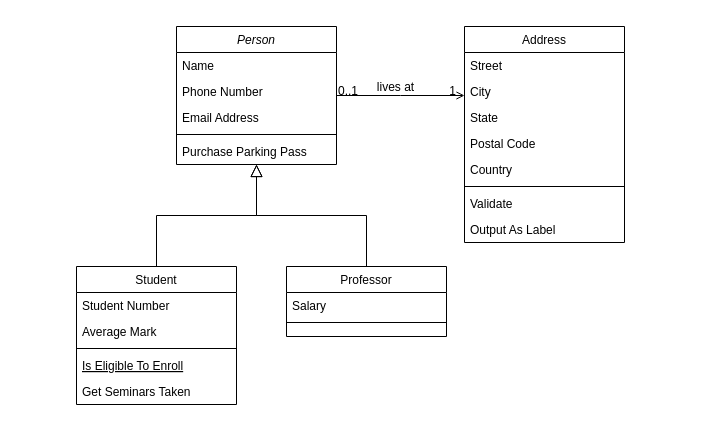
This is assets/libs/quick-market-class-diagram.drawio from messiasGeovani/quick-market-docs, a draw.io file, before an edit. Source tidied: cells renumbered, new cells numbered last; positions are measured from the earlier drawing's top-left corner, leaving out a move shared by most shapes. Both pictures are drawn from the tidied source at 100%, with x=0, y=0 at pixel (76, 26).
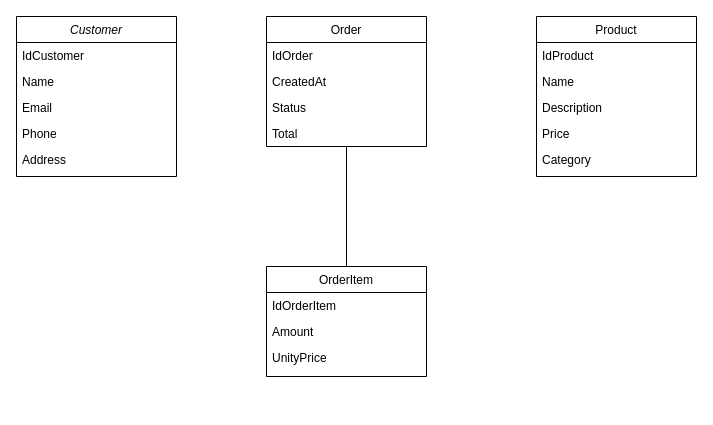
Above is the later version.

Diff of the diagram source:
```diff
@@
-    <mxCell id="2" value="Person" style="swimlane;fontStyle=2;align=center;verticalAlign=top;horizontal=1;startSize=26;rounded=0;shadow=0;strokeWidth=1;" parent="1" vertex="1">
-      <mxGeometry x="100" width="160" height="138" as="geometry" />
+    <mxCell id="2" value="Customer" style="swimlane;fontStyle=2;align=center;verticalAlign=top;horizontal=1;startSize=26;rounded=0;shadow=0;strokeWidth=1;" parent="1" vertex="1">
+      <mxGeometry x="-60" y="-10" width="160" height="160" as="geometry" />
     </mxCell>
-    <mxCell id="3" value="Name" style="text;align=left;verticalAlign=top;spacingLeft=4;spacingRight=4;overflow=hidden;" parent="2" vertex="1">
+    <mxCell id="3" value="IdCustomer" style="text;align=left;verticalAlign=top;spacingLeft=4;spacingRight=4;overflow=hidden;" parent="2" vertex="1">
       <mxGeometry y="26" width="160" height="26" as="geometry" />
     </mxCell>
-    <mxCell id="4" value="Phone Number" style="text;align=left;verticalAlign=top;spacingLeft=4;spacingRight=4;overflow=hidden;rounded=0;shadow=0;html=0;" parent="2" vertex="1">
+    <mxCell id="4" value="Name" style="text;align=left;verticalAlign=top;spacingLeft=4;spacingRight=4;overflow=hidden;rounded=0;shadow=0;html=0;" parent="2" vertex="1">
       <mxGeometry y="52" width="160" height="26" as="geometry" />
     </mxCell>
-    <mxCell id="5" value="Email Address" style="text;align=left;verticalAlign=top;spacingLeft=4;spacingRight=4;overflow=hidden;rounded=0;shadow=0;html=0;" parent="2" vertex="1">
+    <mxCell id="5" value="Email" style="text;align=left;verticalAlign=top;spacingLeft=4;spacingRight=4;overflow=hidden;rounded=0;shadow=0;html=0;" parent="2" vertex="1">
       <mxGeometry y="78" width="160" height="26" as="geometry" />
     </mxCell>
-    <mxCell id="6" style="line;html=1;strokeWidth=1;align=left;verticalAlign=middle;spacingTop=-1;spacingLeft=3;spacingRight=3;labelPosition=right;" parent="2" vertex="1">
-      <mxGeometry y="104" width="160" height="8" as="geometry" />
-    </mxCell>
-    <mxCell id="7" value="Purchase Parking Pass" style="text;align=left;verticalAlign=top;spacingLeft=4;spacingRight=4;overflow=hidden;" parent="2" vertex="1">
-      <mxGeometry y="112" width="160" height="26" as="geometry" />
-    </mxCell>
+    <mxCell id="32" value="Phone" style="text;align=left;verticalAlign=top;spacingLeft=4;spacingRight=4;overflow=hidden;rounded=0;shadow=0;html=0;" parent="2" vertex="1">
+      <mxGeometry y="104" width="160" height="26" as="geometry" />
+    </mxCell>
+    <mxCell id="33" value="Address" style="text;align=left;verticalAlign=top;spacingLeft=4;spacingRight=4;overflow=hidden;rounded=0;shadow=0;html=0;" parent="2" vertex="1">
+      <mxGeometry y="130" width="160" height="26" as="geometry" />
+    </mxCell>
-    <mxCell id="8" value="Student" style="swimlane;fontStyle=0;align=center;verticalAlign=top;horizontal=1;startSize=26;rounded=0;shadow=0;strokeWidth=1;" parent="1" vertex="1">
-      <mxGeometry y="240" width="160" height="138" as="geometry" />
+    <mxCell id="8" value="Order" style="swimlane;fontStyle=0;align=center;verticalAlign=top;horizontal=1;startSize=26;rounded=0;shadow=0;strokeWidth=1;" parent="1" vertex="1">
+      <mxGeometry x="190" y="-10" width="160" height="130" as="geometry" />
     </mxCell>
-    <mxCell id="9" value="Student Number" style="text;align=left;verticalAlign=top;spacingLeft=4;spacingRight=4;overflow=hidden;" parent="8" vertex="1">
+    <mxCell id="9" value="IdOrder" style="text;align=left;verticalAlign=top;spacingLeft=4;spacingRight=4;overflow=hidden;" parent="8" vertex="1">
       <mxGeometry y="26" width="160" height="26" as="geometry" />
     </mxCell>
-    <mxCell id="10" value="Average Mark" style="text;align=left;verticalAlign=top;spacingLeft=4;spacingRight=4;overflow=hidden;rounded=0;shadow=0;html=0;" parent="8" vertex="1">
+    <mxCell id="10" value="CreatedAt" style="text;align=left;verticalAlign=top;spacingLeft=4;spacingRight=4;overflow=hidden;rounded=0;shadow=0;html=0;" parent="8" vertex="1">
       <mxGeometry y="52" width="160" height="26" as="geometry" />
     </mxCell>
-    <mxCell id="11" style="line;html=1;strokeWidth=1;align=left;verticalAlign=middle;spacingTop=-1;spacingLeft=3;spacingRight=3;labelPosition=right;" parent="8" vertex="1">
-      <mxGeometry y="78" width="160" height="8" as="geometry" />
-    </mxCell>
-    <mxCell id="12" value="Is Eligible To Enroll" style="text;align=left;verticalAlign=top;spacingLeft=4;spacingRight=4;overflow=hidden;fontStyle=4;" parent="8" vertex="1">
-      <mxGeometry y="86" width="160" height="26" as="geometry" />
-    </mxCell>
-    <mxCell id="13" value="Get Seminars Taken" style="text;align=left;verticalAlign=top;spacingLeft=4;spacingRight=4;overflow=hidden;" parent="8" vertex="1">
-      <mxGeometry y="112" width="160" height="26" as="geometry" />
-    </mxCell>
-    <mxCell id="14" style="endArrow=block;endSize=10;endFill=0;shadow=0;strokeWidth=1;rounded=0;edgeStyle=elbowEdgeStyle;elbow=vertical;" parent="1" edge="1" source="8" target="2">
-      <mxGeometry relative="1" as="geometry" />
-    </mxCell>
+    <mxCell id="34" value="Status" style="text;align=left;verticalAlign=top;spacingLeft=4;spacingRight=4;overflow=hidden;rounded=0;shadow=0;html=0;" parent="8" vertex="1">
+      <mxGeometry y="78" width="160" height="26" as="geometry" />
+    </mxCell>
+    <mxCell id="35" value="Total" style="text;align=left;verticalAlign=top;spacingLeft=4;spacingRight=4;overflow=hidden;rounded=0;shadow=0;html=0;" parent="8" vertex="1">
+      <mxGeometry y="104" width="160" height="26" as="geometry" />
+    </mxCell>
+    <mxCell id="36" style="edgeStyle=orthogonalEdgeStyle;rounded=0;jettySize=auto;html=1;exitX=0.5;exitY=0;exitDx=0;exitDy=0;strokeColor=default;endArrow=none;endFill=0;" parent="1" edge="1" source="15" target="8">
+      <mxGeometry relative="1" as="geometry" />
+    </mxCell>
-    <mxCell id="15" value="Professor" style="swimlane;fontStyle=0;align=center;verticalAlign=top;horizontal=1;startSize=26;rounded=0;shadow=0;strokeWidth=1;" parent="1" vertex="1">
-      <mxGeometry x="210" y="240" width="160" height="70" as="geometry" />
+    <mxCell id="15" value="OrderItem" style="swimlane;fontStyle=0;align=center;verticalAlign=top;horizontal=1;startSize=26;rounded=0;shadow=0;strokeWidth=1;" parent="1" vertex="1">
+      <mxGeometry x="190" y="240" width="160" height="110" as="geometry" />
     </mxCell>
-    <mxCell id="16" value="Salary" style="text;align=left;verticalAlign=top;spacingLeft=4;spacingRight=4;overflow=hidden;" parent="15" vertex="1">
+    <mxCell id="16" value="IdOrderItem" style="text;align=left;verticalAlign=top;spacingLeft=4;spacingRight=4;overflow=hidden;" parent="15" vertex="1">
       <mxGeometry y="26" width="160" height="26" as="geometry" />
     </mxCell>
-    <mxCell id="17" style="line;html=1;strokeWidth=1;align=left;verticalAlign=middle;spacingTop=-1;spacingLeft=3;spacingRight=3;labelPosition=right;" parent="15" vertex="1">
-      <mxGeometry y="52" width="160" height="8" as="geometry" />
-    </mxCell>
-    <mxCell id="18" style="endArrow=block;endSize=10;endFill=0;shadow=0;strokeWidth=1;rounded=0;edgeStyle=elbowEdgeStyle;elbow=vertical;" parent="1" edge="1" source="15" target="2">
-      <mxGeometry relative="1" as="geometry" />
-    </mxCell>
+    <mxCell id="37" value="Amount" style="text;align=left;verticalAlign=top;spacingLeft=4;spacingRight=4;overflow=hidden;" parent="15" vertex="1">
+      <mxGeometry y="52" width="160" height="26" as="geometry" />
+    </mxCell>
+    <mxCell id="38" value="UnityPrice" style="text;align=left;verticalAlign=top;spacingLeft=4;spacingRight=4;overflow=hidden;" parent="15" vertex="1">
+      <mxGeometry y="78" width="160" height="26" as="geometry" />
+    </mxCell>
-    <mxCell id="19" value="Address" style="swimlane;fontStyle=0;align=center;verticalAlign=top;horizontal=1;startSize=26;rounded=0;shadow=0;strokeWidth=1;" parent="1" vertex="1">
-      <mxGeometry x="388" width="160" height="216" as="geometry" />
+    <mxCell id="19" value="Product" style="swimlane;fontStyle=0;align=center;verticalAlign=top;horizontal=1;startSize=26;rounded=0;shadow=0;strokeWidth=1;" parent="1" vertex="1">
+      <mxGeometry x="460" y="-10" width="160" height="160" as="geometry" />
     </mxCell>
-    <mxCell id="20" value="Street" style="text;align=left;verticalAlign=top;spacingLeft=4;spacingRight=4;overflow=hidden;" parent="19" vertex="1">
+    <mxCell id="20" value="IdProduct" style="text;align=left;verticalAlign=top;spacingLeft=4;spacingRight=4;overflow=hidden;" parent="19" vertex="1">
       <mxGeometry y="26" width="160" height="26" as="geometry" />
     </mxCell>
-    <mxCell id="21" value="City" style="text;align=left;verticalAlign=top;spacingLeft=4;spacingRight=4;overflow=hidden;rounded=0;shadow=0;html=0;" parent="19" vertex="1">
+    <mxCell id="21" value="Name" style="text;align=left;verticalAlign=top;spacingLeft=4;spacingRight=4;overflow=hidden;rounded=0;shadow=0;html=0;" parent="19" vertex="1">
       <mxGeometry y="52" width="160" height="26" as="geometry" />
     </mxCell>
-    <mxCell id="22" value="State" style="text;align=left;verticalAlign=top;spacingLeft=4;spacingRight=4;overflow=hidden;rounded=0;shadow=0;html=0;" parent="19" vertex="1">
+    <mxCell id="22" value="Description" style="text;align=left;verticalAlign=top;spacingLeft=4;spacingRight=4;overflow=hidden;rounded=0;shadow=0;html=0;" parent="19" vertex="1">
       <mxGeometry y="78" width="160" height="26" as="geometry" />
     </mxCell>
-    <mxCell id="23" value="Postal Code" style="text;align=left;verticalAlign=top;spacingLeft=4;spacingRight=4;overflow=hidden;rounded=0;shadow=0;html=0;" parent="19" vertex="1">
+    <mxCell id="23" value="Price" style="text;align=left;verticalAlign=top;spacingLeft=4;spacingRight=4;overflow=hidden;rounded=0;shadow=0;html=0;" parent="19" vertex="1">
       <mxGeometry y="104" width="160" height="26" as="geometry" />
     </mxCell>
-    <mxCell id="24" value="Country" style="text;align=left;verticalAlign=top;spacingLeft=4;spacingRight=4;overflow=hidden;rounded=0;shadow=0;html=0;" parent="19" vertex="1">
+    <mxCell id="24" value="Category" style="text;align=left;verticalAlign=top;spacingLeft=4;spacingRight=4;overflow=hidden;rounded=0;shadow=0;html=0;" parent="19" vertex="1">
       <mxGeometry y="130" width="160" height="26" as="geometry" />
     </mxCell>
-    <mxCell id="25" style="line;html=1;strokeWidth=1;align=left;verticalAlign=middle;spacingTop=-1;spacingLeft=3;spacingRight=3;labelPosition=right;" parent="19" vertex="1">
-      <mxGeometry y="156" width="160" height="8" as="geometry" />
-    </mxCell>
-    <mxCell id="26" value="Validate" style="text;align=left;verticalAlign=top;spacingLeft=4;spacingRight=4;overflow=hidden;" parent="19" vertex="1">
-      <mxGeometry y="164" width="160" height="26" as="geometry" />
-    </mxCell>
-    <mxCell id="27" value="Output As Label" style="text;align=left;verticalAlign=top;spacingLeft=4;spacingRight=4;overflow=hidden;" parent="19" vertex="1">
-      <mxGeometry y="190" width="160" height="26" as="geometry" />
-    </mxCell>
-    <mxCell id="28" style="endArrow=open;shadow=0;strokeWidth=1;rounded=0;endFill=1;edgeStyle=elbowEdgeStyle;elbow=vertical;" parent="1" edge="1" source="2" target="19">
-      <mxGeometry x="0.5" y="41" relative="1" as="geometry">
-        <mxPoint x="-40" y="32" as="offset" />
-      </mxGeometry>
-    </mxCell>
-    <mxCell id="29" value="0..1" style="align=left;verticalAlign=bottom;labelBackgroundColor=none;fontSize=12;" parent="28" vertex="1">
-      <mxGeometry x="-1" relative="1" as="geometry">
-        <mxPoint y="4" as="offset" />
-      </mxGeometry>
-    </mxCell>
-    <mxCell id="30" value="1" style="align=right;verticalAlign=bottom;labelBackgroundColor=none;fontSize=12;" parent="28" vertex="1">
-      <mxGeometry x="1" relative="1" as="geometry">
-        <mxPoint x="-7" y="4" as="offset" />
-      </mxGeometry>
-    </mxCell>
-    <mxCell id="31" value="lives at" style="text;html=1;align=center;verticalAlign=middle;labelBackgroundColor=none;rounded=0;shadow=0;strokeWidth=1;fontSize=12;" parent="28" vertex="1">
-      <mxGeometry x="0.5" y="49" relative="1" as="geometry">
-        <mxPoint x="-38" y="40" as="offset" />
-      </mxGeometry>
-    </mxCell>
```
